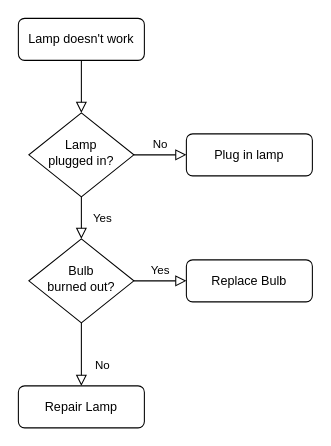
The draw.io diagram page "Page-1" (1 of 2) of Diagrama sin título.drawio in AmilcarGPC/Proyecto-Final, before the edit. Source tidied: cells renumbered, new cells numbered last; positions are measured from the earlier drawing's top-left corner, leaving out a move shared by most shapes. Both pictures are drawn from the tidied source at 105%, with x=0, y=0 at pixel (18, 18).
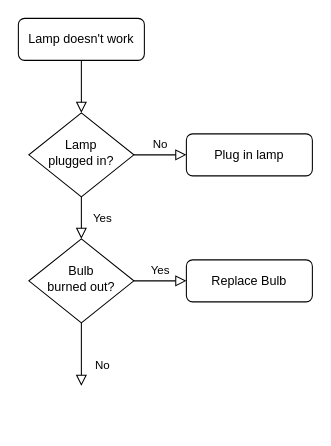
After the change.

What changed in the source:
```diff
@@
 <mxGraphModel>
   <root>
     <mxCell id="0" />
     <mxCell id="1" parent="0" />
     <mxCell id="2" style="rounded=0;html=1;jettySize=auto;fontSize=11;endArrow=block;endFill=0;endSize=8;strokeWidth=1;shadow=0;labelBackgroundColor=none;edgeStyle=orthogonalEdgeStyle;" parent="1" edge="1" source="3" target="6">
       <mxGeometry relative="1" as="geometry" />
     </mxCell>
     <mxCell id="3" value="Lamp doesn't work" style="rounded=1;whiteSpace=wrap;html=1;fontSize=12;glass=0;strokeWidth=1;shadow=0;" parent="1" vertex="1">
       <mxGeometry width="120" height="40" as="geometry" />
     </mxCell>
     <mxCell id="4" value="Yes" style="rounded=0;html=1;jettySize=auto;fontSize=11;endArrow=block;endFill=0;endSize=8;strokeWidth=1;shadow=0;labelBackgroundColor=none;edgeStyle=orthogonalEdgeStyle;" parent="1" edge="1" source="6" target="10">
       <mxGeometry y="20" relative="1" as="geometry" />
     </mxCell>
     <mxCell id="5" value="No" style="edgeStyle=orthogonalEdgeStyle;rounded=0;html=1;jettySize=auto;fontSize=11;endArrow=block;endFill=0;endSize=8;strokeWidth=1;shadow=0;labelBackgroundColor=none;" parent="1" edge="1" source="6" target="7">
       <mxGeometry y="10" relative="1" as="geometry" />
     </mxCell>
     <mxCell id="6" value="Lamp&lt;br&gt;plugged in?" style="rhombus;whiteSpace=wrap;html=1;shadow=0;fontFamily=Helvetica;fontSize=12;align=center;strokeWidth=1;spacing=6;spacingTop=-4;" parent="1" vertex="1">
       <mxGeometry x="10" y="90" width="100" height="80" as="geometry" />
     </mxCell>
     <mxCell id="7" value="Plug in lamp" style="rounded=1;whiteSpace=wrap;html=1;fontSize=12;glass=0;strokeWidth=1;shadow=0;" parent="1" vertex="1">
       <mxGeometry x="160" y="110" width="120" height="40" as="geometry" />
     </mxCell>
-    <mxCell id="8" value="No" style="rounded=0;html=1;jettySize=auto;fontSize=11;endArrow=block;endFill=0;endSize=8;strokeWidth=1;shadow=0;labelBackgroundColor=none;edgeStyle=orthogonalEdgeStyle;" parent="1" edge="1" source="10" target="11">
-      <mxGeometry x="0.33" y="20" relative="1" as="geometry" />
+    <mxCell id="8" value="No" style="rounded=0;html=1;jettySize=auto;fontSize=11;endArrow=block;endFill=0;endSize=8;strokeWidth=1;shadow=0;labelBackgroundColor=none;edgeStyle=orthogonalEdgeStyle;" parent="1" edge="1" source="10">
+      <mxGeometry x="0.33" y="20" relative="1" as="geometry">
+        <mxPoint x="60" y="350" as="targetPoint" />
+      </mxGeometry>
     </mxCell>
     <mxCell id="9" value="Yes" style="edgeStyle=orthogonalEdgeStyle;rounded=0;html=1;jettySize=auto;fontSize=11;endArrow=block;endFill=0;endSize=8;strokeWidth=1;shadow=0;labelBackgroundColor=none;" parent="1" edge="1" source="10" target="12">
       <mxGeometry y="10" relative="1" as="geometry" />
     </mxCell>
     <mxCell id="10" value="Bulb&lt;br&gt;burned out?" style="rhombus;whiteSpace=wrap;html=1;shadow=0;fontFamily=Helvetica;fontSize=12;align=center;strokeWidth=1;spacing=6;spacingTop=-4;" parent="1" vertex="1">
       <mxGeometry x="10" y="210" width="100" height="80" as="geometry" />
     </mxCell>
-    <mxCell id="11" value="Repair Lamp" style="rounded=1;whiteSpace=wrap;html=1;fontSize=12;glass=0;strokeWidth=1;shadow=0;" parent="1" vertex="1">
-      <mxGeometry y="350" width="120" height="40" as="geometry" />
-    </mxCell>
     <mxCell id="12" value="Replace Bulb" style="rounded=1;whiteSpace=wrap;html=1;fontSize=12;glass=0;strokeWidth=1;shadow=0;" parent="1" vertex="1">
       <mxGeometry x="160" y="230" width="120" height="40" as="geometry" />
     </mxCell>
   </root>
 </mxGraphModel>
```
